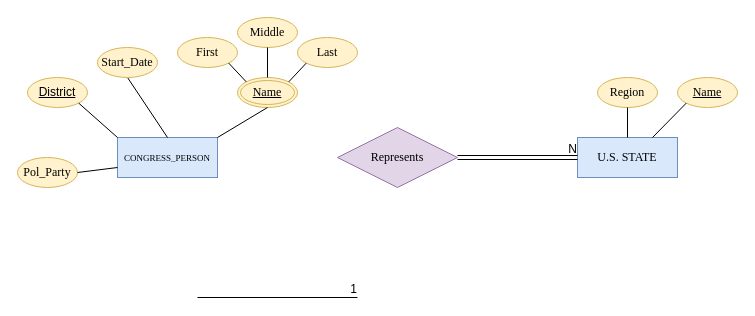
cameron-ellis/US-HouseofReps-ER keeps this draw.io diagram as US_HouseofReps_ER.drawio. Above is the earlier version. Source tidied: cells renumbered, new cells numbered last; positions are measured from the earlier drawing's top-left corner, leaving out a move shared by most shapes. Both pictures are drawn from the tidied source at 100%, with x=0, y=0 at pixel (17, 17).
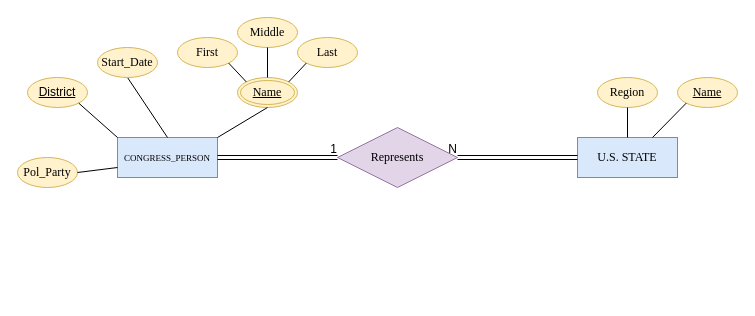
Above is the later version.

Commit message:
added relationship between US STATE and CONGRESS_PERSON

The change refers to these unchanged cells:
```xml
<mxCell id="2" value="&lt;font face=&quot;Times New Roman&quot;&gt;U.S. STATE&lt;/font&gt;" style="whiteSpace=wrap;html=1;align=center;fillColor=#dae8fc;strokeColor=#6c8ebf;" parent="1" vertex="1">
  <mxGeometry x="560" y="120" width="100" height="40" as="geometry" />
</mxCell>
<mxCell id="7" value="&lt;font face=&quot;Times New Roman&quot; style=&quot;font-size: 9px&quot;&gt;CONGRESS_PERSON&lt;/font&gt;" style="whiteSpace=wrap;html=1;align=center;fillColor=#dae8fc;strokeColor=#6c8ebf;" parent="1" vertex="1">
  <mxGeometry x="100" y="120" width="100" height="40" as="geometry" />
</mxCell>
<mxCell id="22" value="Represents" style="shape=rhombus;perimeter=rhombusPerimeter;whiteSpace=wrap;html=1;align=center;fontFamily=Times New Roman;fillColor=#e1d5e7;strokeColor=#9673a6;" parent="1" vertex="1">
  <mxGeometry x="320" y="110" width="120" height="60" as="geometry" />
</mxCell>
```

What changed in the source:
```diff
@@
-    <mxCell id="23" style="shape=link;html=1;rounded=0;fontFamily=Times New Roman;entryX=0;entryY=0.5;entryDx=0;entryDy=0;exitX=1;exitY=0.5;exitDx=0;exitDy=0;" parent="1" edge="1" source="22" target="2">
+    <mxCell id="23" style="shape=link;html=1;rounded=0;fontFamily=Times New Roman;exitX=0;exitY=0.5;exitDx=0;exitDy=0;entryX=1;entryY=0.5;entryDx=0;entryDy=0;" parent="1" edge="1" source="2" target="22">
       <mxGeometry relative="1" as="geometry" />
     </mxCell>
@@
-    <mxCell id="25" style="endArrow=none;html=1;rounded=0;fontFamily=Times New Roman;" parent="1" edge="1">
-      <mxGeometry relative="1" as="geometry">
-        <mxPoint x="180" y="280" as="sourcePoint" />
-        <mxPoint x="340" y="280" as="targetPoint" />
-      </mxGeometry>
-    </mxCell>
+    <mxCell id="27" style="shape=link;html=1;rounded=0;fontFamily=Times New Roman;entryX=0;entryY=0.5;entryDx=0;entryDy=0;exitX=1;exitY=0.5;exitDx=0;exitDy=0;" parent="1" edge="1" source="7" target="22">
+      <mxGeometry relative="1" as="geometry" />
+    </mxCell>
-    <mxCell id="26" value="1" style="html=1;align=right;verticalAlign=bottom;" parent="25" vertex="1">
+    <mxCell id="26" value="1" style="html=1;align=right;verticalAlign=bottom;" parent="27" vertex="1">
       <mxGeometry x="1" relative="1" as="geometry" />
     </mxCell>
```
